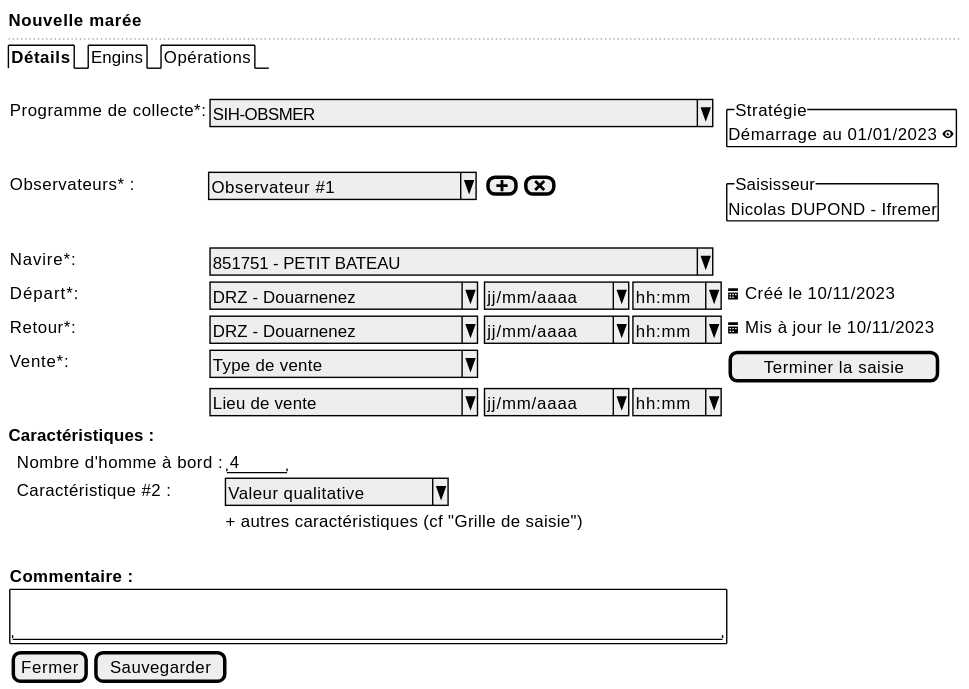
sumaris-net/sumaris-doc keeps this PlantUML diagram as projects/obsmer/spe/images/trip-new.svg. Above is the earlier version. Its source is kept beside it as projects/obsmer/spe/images/trip-new.puml. The source it was exported from:
```plantuml
@startsalt
{
  <b>Nouvelle marée
  ..
  {/ <b>Détails | Engins | Opérations }
  .
  {

      Programme de collecte*:    | { ^SIH-OBSMER                                 ^ } | * | {^"Stratégie"

      Démarrage au 01/01/2023 <&eye> }

      Observateurs* :            | ^ Observateur #1       ^ | { [<&plus>] | [<&x>] } | {^"Saisisseur"
                                                                                               Nicolas DUPOND - Ifremer  }

      Navire*:                   | { ^851751 - PETIT BATEAU                      ^ } | * | .

      Départ*:     | { ^DRZ - Douarnenez      ^ } | { ^ jj/mm/aaaa^  |  ^ hh:mm^ } | <&calendar> Créé le 10/11/2023

      Retour*:     | { ^DRZ - Douarnenez      ^ } | { ^ jj/mm/aaaa^ | ^ hh:mm^ } | <&calendar> Mis à jour le 10/11/2023

      Vente*:     | { ^Type de vente         ^ } | . | [Terminer la saisie]
      .           | { ^Lieu de vente         ^ } | { ^ jj/mm/aaaa^ |  ^ hh:mm^ }

  }

  <b>Caractéristiques :

  {
      . |Nombre d'hommes à bord : | " 4   "
      . |Caractéristique #2 : | ^Valeur qualitative^
      . |. | + autres caractéristiques (cf "Grille de saisie")
      . |.
  }

  {
     <b>Commentaire :

     {+ .
        "                                                               "
     }
  }

  { [Fermer] | [Sauvegarder] }
}
@endsalt
```
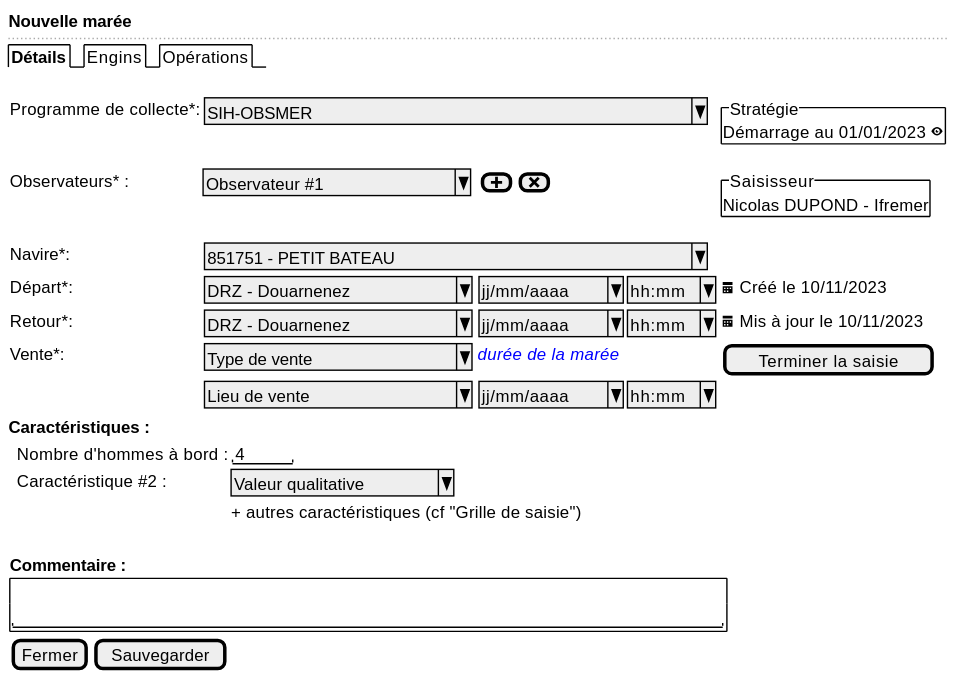
After the commit.

Diff of the diagram source:
```diff
@@ -19,7 +19,7 @@
 
       Retour*:     | { ^DRZ - Douarnenez      ^ } | { ^ jj/mm/aaaa^ | ^ hh:mm^ } | <&calendar> Mis à jour le 10/11/2023
 
-      Vente*:     | { ^Type de vente         ^ } | . | [Terminer la saisie]
+      Vente*:     | { ^Type de vente         ^ } | <i><color:blue>durée de la marée | [Terminer la saisie]
       .           | { ^Lieu de vente         ^ } | { ^ jj/mm/aaaa^ |  ^ hh:mm^ }
 
   }
```
